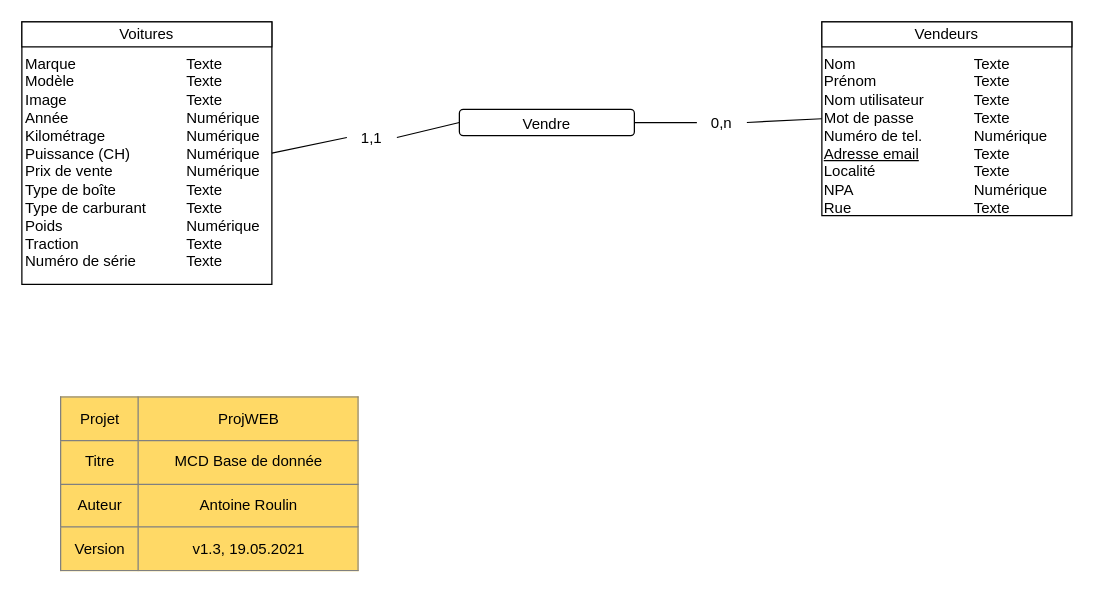
Above: doc/MCD/MCD_ProjWEB_CLASSICCAR_ARN-NED.drawio in NicolasGlassey/PROJWEB-INFOWEB (draw.io), before the change. Source tidied: cells renumbered, new cells numbered last; positions are measured from the earlier drawing's top-left corner, leaving out a move shared by most shapes. Both pictures are drawn from the tidied source at 125%, with x=0, y=0 at pixel (21, 21).
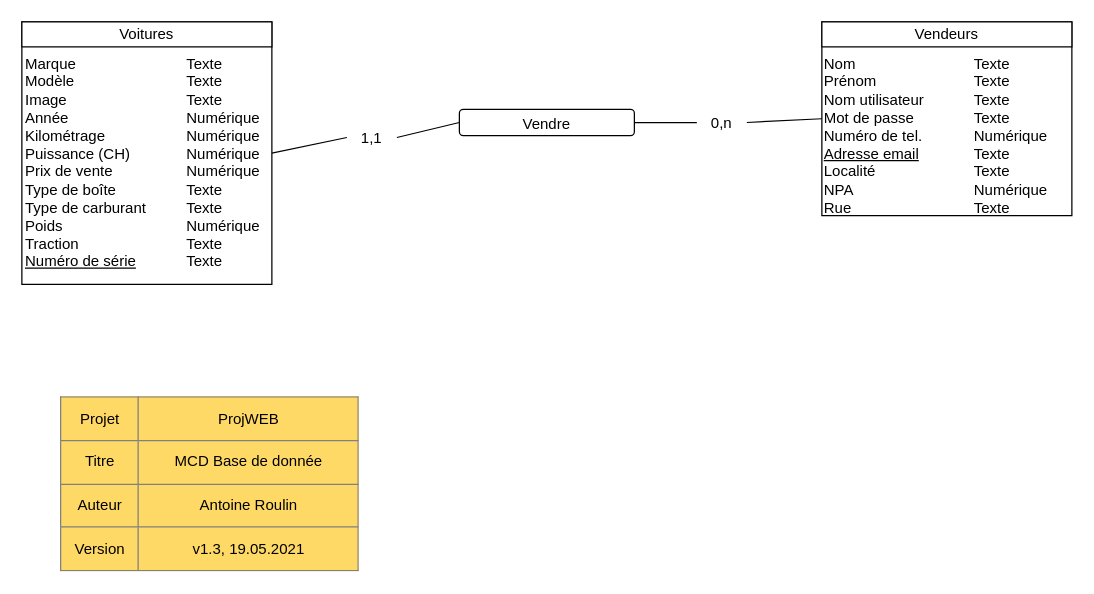
The same page after the edit.

Commit message (it also covers changes not shown here):
Ajout de l'identifient naturel dans le MCD

Change to the diagram source:
```diff
@@
 <mxGraphModel>
   <root>
     <mxCell id="0" />
     <mxCell id="1" parent="0" />
     <mxCell id="2" value="&lt;div style=&quot;box-sizing: border-box ; width: 100% ; padding: 2px&quot;&gt;&lt;br&gt;&lt;/div&gt;" style="verticalAlign=top;align=center;overflow=fill;html=1;rounded=0;shadow=0;comic=0;labelBackgroundColor=none;strokeColor=#000000;strokeWidth=1;fillColor=#ffffff;fontFamily=Verdana;fontSize=12;fontColor=#000000;" parent="1" vertex="1">
       <mxGeometry width="200" height="210" as="geometry" />
     </mxCell>
     <mxCell id="3" value="Voitures" style="rounded=0;whiteSpace=wrap;html=1;" parent="1" vertex="1">
       <mxGeometry width="200" height="20" as="geometry" />
     </mxCell>
-    <mxCell id="4" value="Marque&lt;br&gt;Modèle&lt;br&gt;Image&lt;br&gt;Année&lt;br&gt;Kilométrage&lt;br&gt;Puissance (CH)&lt;br&gt;Prix de vente&lt;br&gt;Type de boîte&lt;br&gt;Type de carburant&lt;br&gt;Poids&lt;br&gt;Traction&lt;br&gt;Numéro de série" style="text;html=1;strokeColor=none;fillColor=none;align=left;verticalAlign=top;whiteSpace=wrap;rounded=0;" parent="1" vertex="1">
+    <mxCell id="4" value="Marque&lt;br&gt;Modèle&lt;br&gt;Image&lt;br&gt;Année&lt;br&gt;Kilométrage&lt;br&gt;Puissance (CH)&lt;br&gt;Prix de vente&lt;br&gt;Type de boîte&lt;br&gt;Type de carburant&lt;br&gt;Poids&lt;br&gt;Traction&lt;br&gt;&lt;u&gt;Numéro de série&lt;/u&gt;" style="text;html=1;strokeColor=none;fillColor=none;align=left;verticalAlign=top;whiteSpace=wrap;rounded=0;" parent="1" vertex="1">
       <mxGeometry x="1" y="20" width="110" height="180" as="geometry" />
     </mxCell>
     <mxCell id="5" value="Texte&lt;br&gt;Texte&lt;br&gt;Texte&lt;br&gt;Numérique&lt;br&gt;Numérique&lt;br&gt;Numérique&lt;br&gt;Numérique&lt;br&gt;Texte&lt;br&gt;Texte&lt;br&gt;Numérique&lt;br&gt;Texte&lt;br&gt;Texte" style="text;html=1;strokeColor=none;fillColor=none;align=left;verticalAlign=top;whiteSpace=wrap;rounded=0;" parent="1" vertex="1">
       <mxGeometry x="130" y="20" width="70" height="180" as="geometry" />
     </mxCell>
     <mxCell id="6" value="&lt;div style=&quot;box-sizing: border-box ; width: 100% ; padding: 2px&quot;&gt;&lt;br&gt;&lt;/div&gt;" style="verticalAlign=top;align=center;overflow=fill;html=1;rounded=0;shadow=0;comic=0;labelBackgroundColor=none;strokeColor=#000000;strokeWidth=1;fillColor=#ffffff;fontFamily=Verdana;fontSize=12;fontColor=#000000;" parent="1" vertex="1">
       <mxGeometry x="640" width="200" height="155" as="geometry" />
     </mxCell>
     <mxCell id="7" value="Vendeurs" style="rounded=0;whiteSpace=wrap;html=1;" parent="1" vertex="1">
       <mxGeometry x="640" width="200" height="20" as="geometry" />
     </mxCell>
     <mxCell id="8" value="Nom&lt;br&gt;Prénom&lt;br&gt;Nom utilisateur&lt;br&gt;Mot de passe&lt;br&gt;Numéro de tel.&lt;br&gt;&lt;u&gt;Adresse email&lt;/u&gt;&lt;br&gt;Localité&lt;br&gt;NPA&lt;br&gt;Rue" style="text;html=1;strokeColor=none;fillColor=none;align=left;verticalAlign=top;whiteSpace=wrap;rounded=0;" parent="1" vertex="1">
       <mxGeometry x="640" y="20" width="100" height="110" as="geometry" />
     </mxCell>
     <mxCell id="9" value="Texte&lt;br&gt;Texte&lt;br&gt;Texte&lt;br&gt;Texte&lt;br&gt;Numérique&lt;br&gt;Texte&lt;br&gt;Texte&lt;br&gt;Numérique&lt;br&gt;Texte" style="text;html=1;strokeColor=none;fillColor=none;align=left;verticalAlign=top;whiteSpace=wrap;rounded=0;" parent="1" vertex="1">
       <mxGeometry x="760" y="20" width="80" height="110" as="geometry" />
     </mxCell>
     <mxCell id="10" style="rounded=1;whiteSpace=wrap;html=1;" parent="1" vertex="1">
       <mxGeometry x="350" y="70" width="140" height="21" as="geometry" />
     </mxCell>
     <mxCell id="11" value="Vendre" style="text;html=1;strokeColor=none;fillColor=none;align=center;verticalAlign=middle;whiteSpace=wrap;rounded=0;" parent="1" vertex="1">
       <mxGeometry x="360" y="72" width="120" height="20" as="geometry" />
     </mxCell>
     <mxCell id="12" value="&lt;table border=&quot;1&quot; width=&quot;100%&quot; style=&quot;width: 100% ; height: 100% ; border-collapse: collapse&quot;&gt;&lt;tbody&gt;&lt;tr&gt;&lt;td align=&quot;center&quot;&gt;Projet&lt;/td&gt;&lt;td align=&quot;center&quot;&gt;ProjWEB&lt;/td&gt;&lt;/tr&gt;&lt;tr&gt;&lt;td align=&quot;center&quot;&gt;Titre&lt;/td&gt;&lt;td align=&quot;center&quot;&gt;MCD Base de donnée&lt;/td&gt;&lt;/tr&gt;&lt;tr&gt;&lt;td align=&quot;center&quot;&gt;Auteur&lt;/td&gt;&lt;td align=&quot;center&quot;&gt;Antoine Roulin&lt;/td&gt;&lt;/tr&gt;&lt;tr&gt;&lt;td style=&quot;text-align: center&quot;&gt;Version&lt;/td&gt;&lt;td style=&quot;text-align: center&quot;&gt;v1.3, 19.05.2021&lt;/td&gt;&lt;/tr&gt;&lt;/tbody&gt;&lt;/table&gt;" style="text;html=1;overflow=fill;labelBackgroundColor=#FFD966;" parent="1" vertex="1">
       <mxGeometry x="31" y="300" width="239" height="140" as="geometry" />
     </mxCell>
     <mxCell id="13" style="endArrow=none;html=1;exitX=1;exitY=0.5;exitDx=0;exitDy=0;entryX=0;entryY=0.5;entryDx=0;entryDy=0;startArrow=none;" parent="1" edge="1" source="14" target="10">
       <mxGeometry relative="1" as="geometry" />
     </mxCell>
     <mxCell id="14" value="1,1" style="text;html=1;strokeColor=none;fillColor=none;align=center;verticalAlign=middle;whiteSpace=wrap;rounded=0;" parent="1" vertex="1">
       <mxGeometry x="260" y="80" width="40" height="25" as="geometry" />
     </mxCell>
     <mxCell id="15" style="endArrow=none;html=1;exitX=1;exitY=0.5;exitDx=0;exitDy=0;entryX=0;entryY=0.5;entryDx=0;entryDy=0;" parent="1" edge="1" source="2" target="14">
       <mxGeometry relative="1" as="geometry" />
     </mxCell>
     <mxCell id="16" style="endArrow=none;html=1;exitX=1;exitY=0.5;exitDx=0;exitDy=0;entryX=0;entryY=0.5;entryDx=0;entryDy=0;startArrow=none;" parent="1" edge="1" source="17" target="6">
       <mxGeometry relative="1" as="geometry" />
     </mxCell>
     <mxCell id="17" value="0,n" style="text;html=1;strokeColor=none;fillColor=none;align=center;verticalAlign=middle;whiteSpace=wrap;rounded=0;" parent="1" vertex="1">
       <mxGeometry x="540" y="68" width="40" height="25" as="geometry" />
     </mxCell>
     <mxCell id="18" style="endArrow=none;html=1;exitX=1;exitY=0.5;exitDx=0;exitDy=0;entryX=0;entryY=0.5;entryDx=0;entryDy=0;" parent="1" edge="1" source="10" target="17">
       <mxGeometry relative="1" as="geometry" />
     </mxCell>
   </root>
 </mxGraphModel>
```
